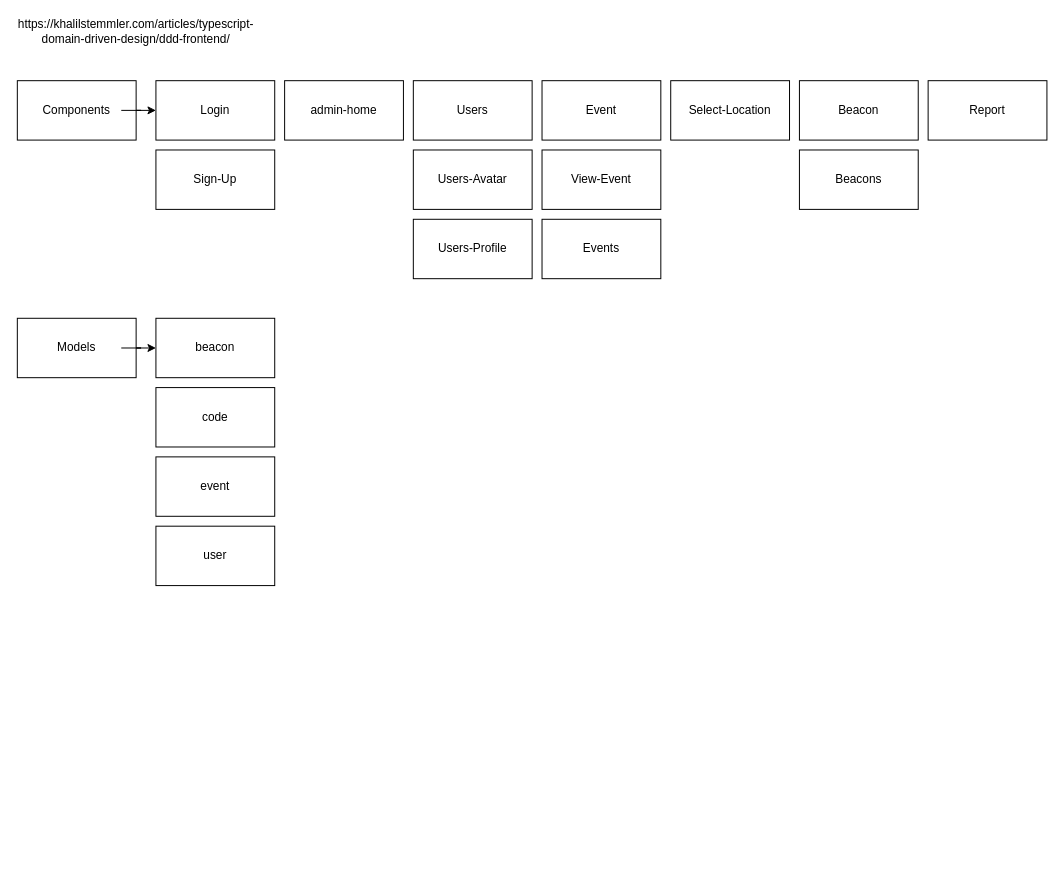
Before: UML.drawio in cscawley/ionic-beacon-app, a draw.io diagram. Source tidied: cells renumbered, new cells numbered last; positions are measured from the earlier drawing's top-left corner, leaving out a move shared by most shapes. Both pictures are drawn from the tidied source at 99%, with x=0, y=0 at pixel (17, 21).
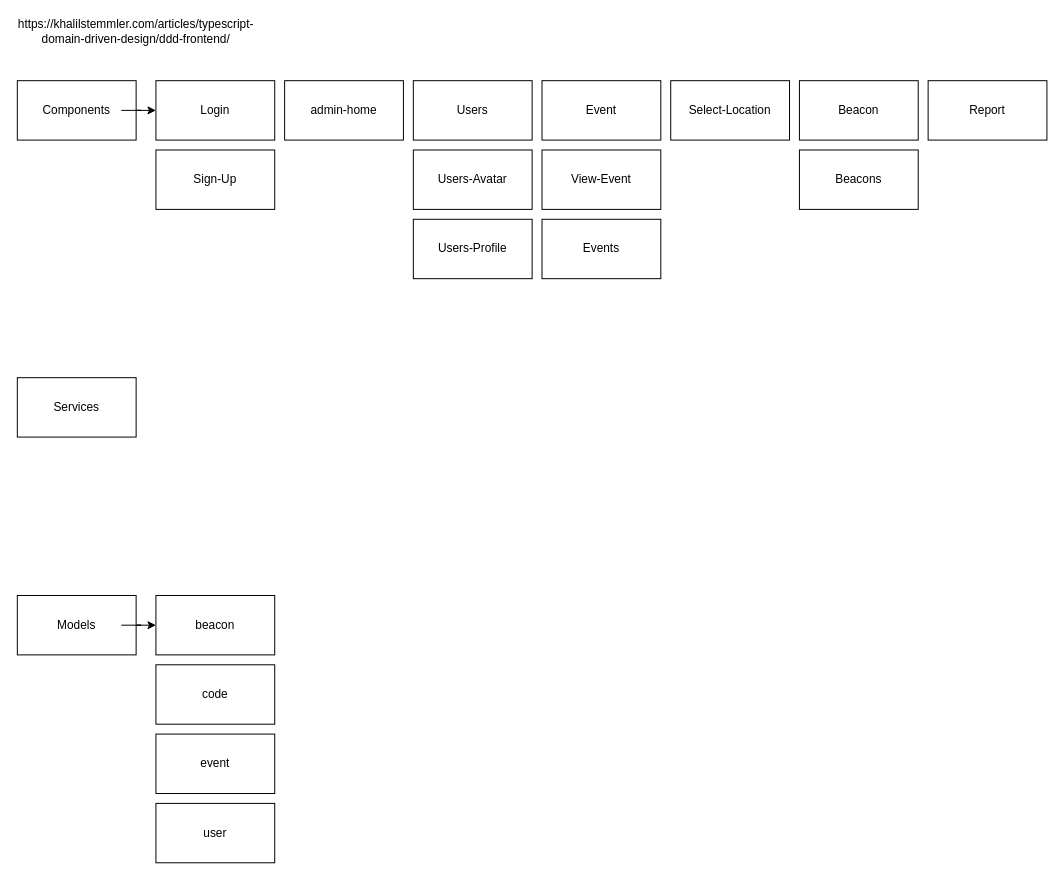
Above is the later version.

Change to the diagram source:
```diff
@@
     <mxCell id="19" style="rounded=0;whiteSpace=wrap;html=1;" parent="1" vertex="1">
-      <mxGeometry y="300" width="120" height="60" as="geometry" />
+      <mxGeometry y="580" width="120" height="60" as="geometry" />
     </mxCell>
@@
     <mxCell id="21" value="Models" style="text;html=1;strokeColor=none;fillColor=none;align=center;verticalAlign=middle;whiteSpace=wrap;rounded=0;" parent="1" vertex="1">
-      <mxGeometry x="15" y="320" width="90" height="20" as="geometry" />
+      <mxGeometry x="15" y="600" width="90" height="20" as="geometry" />
     </mxCell>
@@
     <mxCell id="34" style="rounded=0;whiteSpace=wrap;html=1;" parent="1" vertex="1">
-      <mxGeometry x="140" y="370" width="120" height="60" as="geometry" />
+      <mxGeometry x="140" y="650" width="120" height="60" as="geometry" />
     </mxCell>
     <mxCell id="35" value="code" style="text;html=1;strokeColor=none;fillColor=none;align=center;verticalAlign=middle;whiteSpace=wrap;rounded=0;" parent="1" vertex="1">
-      <mxGeometry x="180" y="390" width="40" height="20" as="geometry" />
+      <mxGeometry x="180" y="670" width="40" height="20" as="geometry" />
     </mxCell>
     <mxCell id="36" style="rounded=0;whiteSpace=wrap;html=1;" parent="1" vertex="1">
-      <mxGeometry x="140" y="510" width="120" height="60" as="geometry" />
+      <mxGeometry x="140" y="790" width="120" height="60" as="geometry" />
     </mxCell>
     <mxCell id="37" value="user" style="text;html=1;strokeColor=none;fillColor=none;align=center;verticalAlign=middle;whiteSpace=wrap;rounded=0;" parent="1" vertex="1">
-      <mxGeometry x="160" y="530" width="80" height="20" as="geometry" />
+      <mxGeometry x="160" y="810" width="80" height="20" as="geometry" />
     </mxCell>
     <mxCell id="38" style="rounded=0;whiteSpace=wrap;html=1;" parent="1" vertex="1">
-      <mxGeometry x="140" y="440" width="120" height="60" as="geometry" />
+      <mxGeometry x="140" y="720" width="120" height="60" as="geometry" />
     </mxCell>
     <mxCell id="39" value="event" style="text;html=1;strokeColor=none;fillColor=none;align=center;verticalAlign=middle;whiteSpace=wrap;rounded=0;" parent="1" vertex="1">
-      <mxGeometry x="160" y="460" width="80" height="20" as="geometry" />
+      <mxGeometry x="160" y="740" width="80" height="20" as="geometry" />
     </mxCell>
     <mxCell id="40" style="rounded=0;whiteSpace=wrap;html=1;" parent="1" vertex="1">
-      <mxGeometry x="140" y="300" width="120" height="60" as="geometry" />
+      <mxGeometry x="140" y="580" width="120" height="60" as="geometry" />
     </mxCell>
     <mxCell id="41" value="beacon" style="text;html=1;strokeColor=none;fillColor=none;align=center;verticalAlign=middle;whiteSpace=wrap;rounded=0;" parent="1" vertex="1">
-      <mxGeometry x="165" y="320" width="70" height="20" as="geometry" />
+      <mxGeometry x="165" y="600" width="70" height="20" as="geometry" />
     </mxCell>
@@
+    <mxCell id="43" style="rounded=0;whiteSpace=wrap;html=1;" parent="1" vertex="1">
+      <mxGeometry y="360" width="120" height="60" as="geometry" />
+    </mxCell>
+    <mxCell id="44" value="Services" style="text;html=1;strokeColor=none;fillColor=none;align=center;verticalAlign=middle;whiteSpace=wrap;rounded=0;" parent="1" vertex="1">
+      <mxGeometry x="15" y="380" width="90" height="20" as="geometry" />
+    </mxCell>
```
